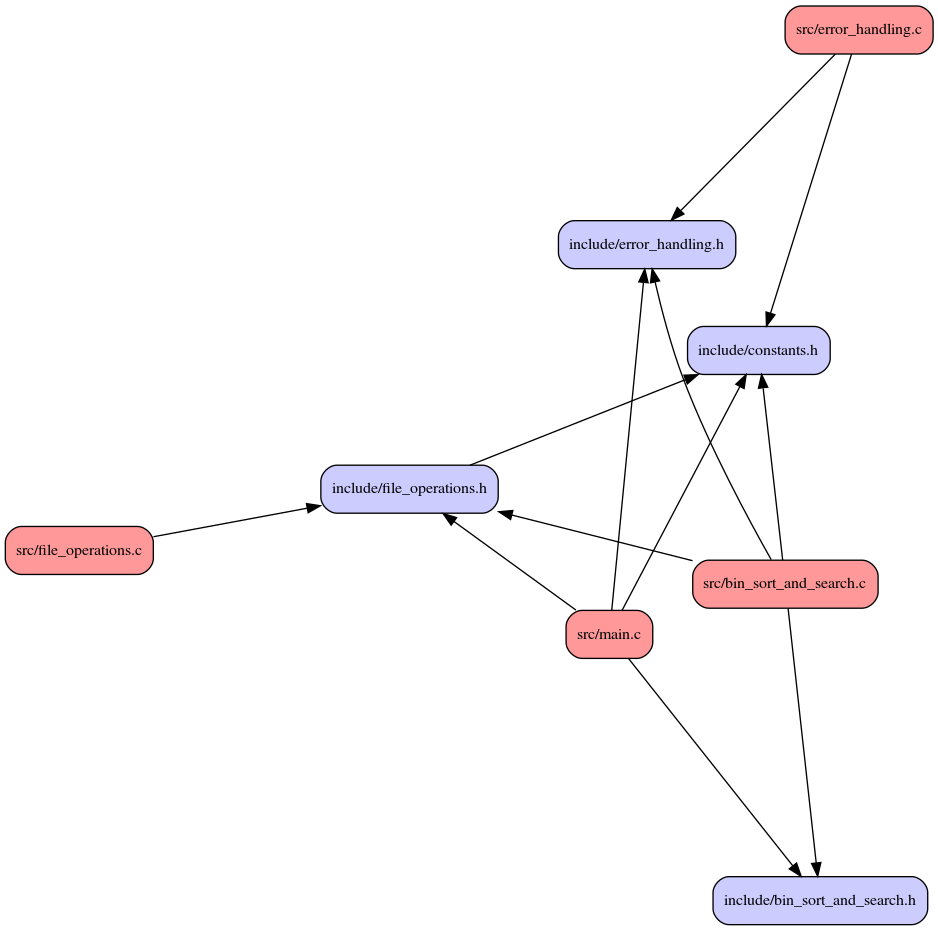
Earlier version of the Graphviz export modules_interdependency.png (FyodorPotseluev/binary_and_hash_search). Its source is kept beside it as modules_interdependency.dot. The source it was exported from:
```dot
digraph codeviz {
    splines=true
    sep="+15,15"
    overlap=scalexy

    node [shape=Mrecord, fontsize=12]

    node [fillcolor="#ccccff", style=filled] "include/bin_sort_and_search.h" [label = "include/bin_sort_and_search.h"]
    node [fillcolor="#ccccff", style=filled] "include/constants.h"           [label = "include/constants.h"]
    node [fillcolor="#ccccff", style=filled] "include/error_handling.h"      [label = "include/error_handling.h"]
    node [fillcolor="#ccccff", style=filled] "include/file_operations.h"     [label = "include/file_operations.h"]
    node [fillcolor="#ff9999", style=filled] "src/bin_sort_and_search.c"     [label = "src/bin_sort_and_search.c"]
    node [fillcolor="#ff9999", style=filled] "src/error_handling.c"          [label = "src/error_handling.c"]
    node [fillcolor="#ff9999", style=filled] "src/file_operations.c"         [label = "src/file_operations.c"]
    node [fillcolor="#ff9999", style=filled] "src/main.c"                    [label = "src/main.c"]

    "include/file_operations.h"     -> "include/constants.h"
    "src/bin_sort_and_search.c"     -> "include/bin_sort_and_search.h"
    "src/bin_sort_and_search.c"     -> "include/constants.h"
    "src/bin_sort_and_search.c"     -> "include/error_handling.h"
    "src/bin_sort_and_search.c"     -> "include/file_operations.h"
    "src/error_handling.c"          -> "include/error_handling.h"
    "src/error_handling.c"          -> "include/constants.h"
    "src/file_operations.c"         -> "include/file_operations.h"
    "src/main.c"                    -> "include/bin_sort_and_search.h"
    "src/main.c"                    -> "include/constants.h"
    "src/main.c"                    -> "include/error_handling.h"
    "src/main.c"                    -> "include/file_operations.h"
}
```
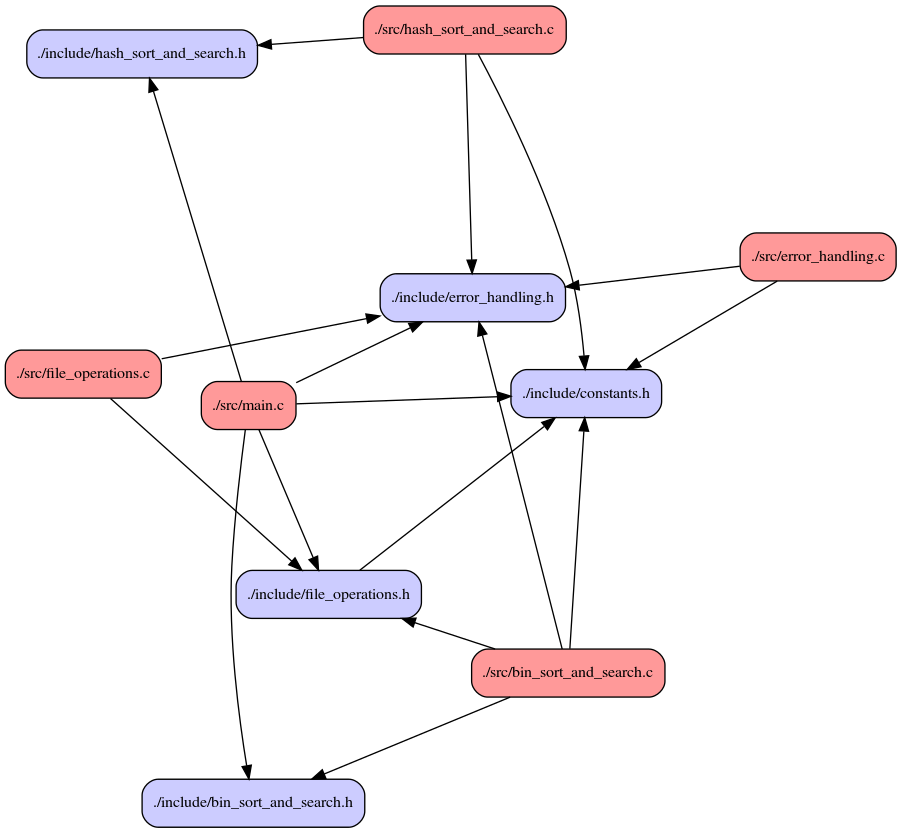
Above is the later version.

Diff of the diagram source:
```diff
@@ -5,25 +5,32 @@
 
     node [shape=Mrecord, fontsize=12]
 
-    node [fillcolor="#ccccff", style=filled] "include/bin_sort_and_search.h" [label = "include/bin_sort_and_search.h"]
-    node [fillcolor="#ccccff", style=filled] "include/constants.h"           [label = "include/constants.h"]
-    node [fillcolor="#ccccff", style=filled] "include/error_handling.h"      [label = "include/error_handling.h"]
-    node [fillcolor="#ccccff", style=filled] "include/file_operations.h"     [label = "include/file_operations.h"]
-    node [fillcolor="#ff9999", style=filled] "src/bin_sort_and_search.c"     [label = "src/bin_sort_and_search.c"]
-    node [fillcolor="#ff9999", style=filled] "src/error_handling.c"          [label = "src/error_handling.c"]
-    node [fillcolor="#ff9999", style=filled] "src/file_operations.c"         [label = "src/file_operations.c"]
-    node [fillcolor="#ff9999", style=filled] "src/main.c"                    [label = "src/main.c"]
+    node [fillcolor="#ccccff", style=filled] "./include/bin_sort_and_search.h"  [label = "./include/bin_sort_and_search.h"]
+    node [fillcolor="#ccccff", style=filled] "./include/constants.h"            [label = "./include/constants.h"]
+    node [fillcolor="#ccccff", style=filled] "./include/error_handling.h"       [label = "./include/error_handling.h"]
+    node [fillcolor="#ccccff", style=filled] "./include/file_operations.h"      [label = "./include/file_operations.h"]
+    node [fillcolor="#ccccff", style=filled] "./include/hash_sort_and_search.h" [label = "./include/hash_sort_and_search.h"]
+    node [fillcolor="#ff9999", style=filled] "./src/bin_sort_and_search.c"      [label = "./src/bin_sort_and_search.c"]
+    node [fillcolor="#ff9999", style=filled] "./src/error_handling.c"           [label = "./src/error_handling.c"]
+    node [fillcolor="#ff9999", style=filled] "./src/file_operations.c"          [label = "./src/file_operations.c"]
+    node [fillcolor="#ff9999", style=filled] "./src/hash_sort_and_search.c"     [label = "./src/hash_sort_and_search.c"]
+    node [fillcolor="#ff9999", style=filled] "./src/main.c"                     [label = "./src/main.c"]
 
-    "include/file_operations.h"     -> "include/constants.h"
-    "src/bin_sort_and_search.c"     -> "include/bin_sort_and_search.h"
-    "src/bin_sort_and_search.c"     -> "include/constants.h"
-    "src/bin_sort_and_search.c"     -> "include/error_handling.h"
-    "src/bin_sort_and_search.c"     -> "include/file_operations.h"
-    "src/error_handling.c"          -> "include/error_handling.h"
-    "src/error_handling.c"          -> "include/constants.h"
-    "src/file_operations.c"         -> "include/file_operations.h"
-    "src/main.c"                    -> "include/bin_sort_and_search.h"
-    "src/main.c"                    -> "include/constants.h"
-    "src/main.c"                    -> "include/error_handling.h"
-    "src/main.c"                    -> "include/file_operations.h"
+    "./include/file_operations.h"      -> "./include/constants.h"
+    "./src/bin_sort_and_search.c"      -> "./include/bin_sort_and_search.h"
+    "./src/bin_sort_and_search.c"      -> "./include/constants.h"
+    "./src/bin_sort_and_search.c"      -> "./include/error_handling.h"
+    "./src/bin_sort_and_search.c"      -> "./include/file_operations.h"
+    "./src/error_handling.c"           -> "./include/error_handling.h"
+    "./src/error_handling.c"           -> "./include/constants.h"
+    "./src/file_operations.c"          -> "./include/file_operations.h"
+    "./src/file_operations.c"          -> "./include/error_handling.h"
+    "./src/hash_sort_and_search.c"     -> "./include/hash_sort_and_search.h"
+    "./src/hash_sort_and_search.c"     -> "./include/constants.h"
+    "./src/hash_sort_and_search.c"     -> "./include/error_handling.h"
+    "./src/main.c"                     -> "./include/bin_sort_and_search.h"
+    "./src/main.c"                     -> "./include/hash_sort_and_search.h"
+    "./src/main.c"                     -> "./include/constants.h"
+    "./src/main.c"                     -> "./include/error_handling.h"
+    "./src/main.c"                     -> "./include/file_operations.h"
 }
```
